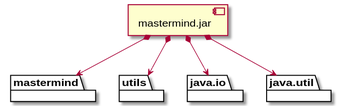
Above: modelViewPresenter/presentationModel/withFacade/docs/diagrams/out/vistas/desarrollo_implementacion.svg in SantaTecla-mastermind/solution.java.swing.socket.sql (PlantUML), before the change.
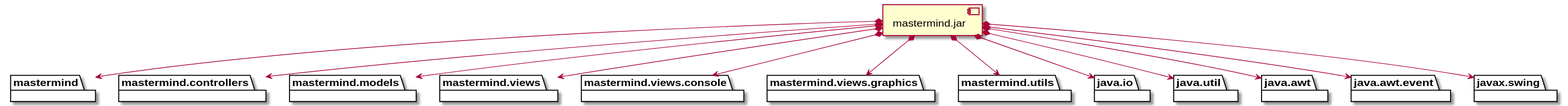
After the change.

Change to the diagram source:
```diff
@@ -1,17 +1,41 @@
 @startuml
 package "  "  as mastermind {
 }
-package "  "  as utils {
+package "  "  as mastermind.controllers {
+}
+package "  "  as mastermind.models {
+}
+package "  "  as mastermind.views {
+}
+package "  "  as mastermind.views.console {
+}
+package "  "  as mastermind.views.graphics {
+}
+package "  "  as mastermind.utils {
 }
 package "  "  as java.io {
 }
 package "  "  as java.util {
 }
+package "  "  as java.awt {
+}
+package "  "  as java.awt.event {
+}
+package "  "  as javax.swing {
+}
 
 [mastermind.jar] as jar
 
 jar *--> mastermind
-jar *--> utils
+jar *--> mastermind.controllers
+jar *--> mastermind.models
+jar *--> mastermind.views
+jar *--> mastermind.views.console
+jar *--> mastermind.views.graphics
+jar *--> mastermind.utils
 jar *--> java.io
 jar *--> java.util
+jar *--> java.awt
+jar *--> java.awt.event
+jar *--> javax.swing
 @enduml
```
